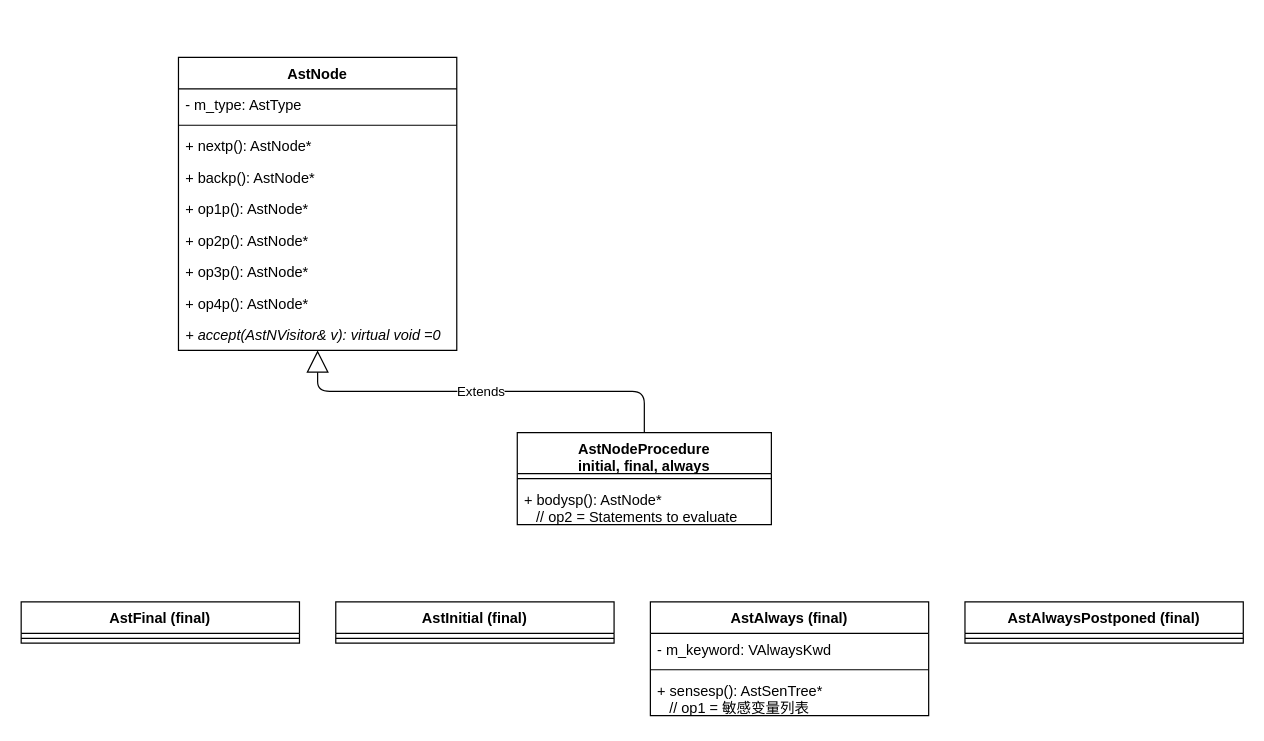
This is verilator_digrams/AstNodeProcedure.drawio from Dercury/CLDK, a draw.io file, before an edit. Source tidied: cells renumbered, new cells numbered last; positions are measured from the earlier drawing's top-left corner, leaving out a move shared by most shapes. Both pictures are drawn from the tidied source at 121%, with x=0, y=0 at pixel (21, 57).
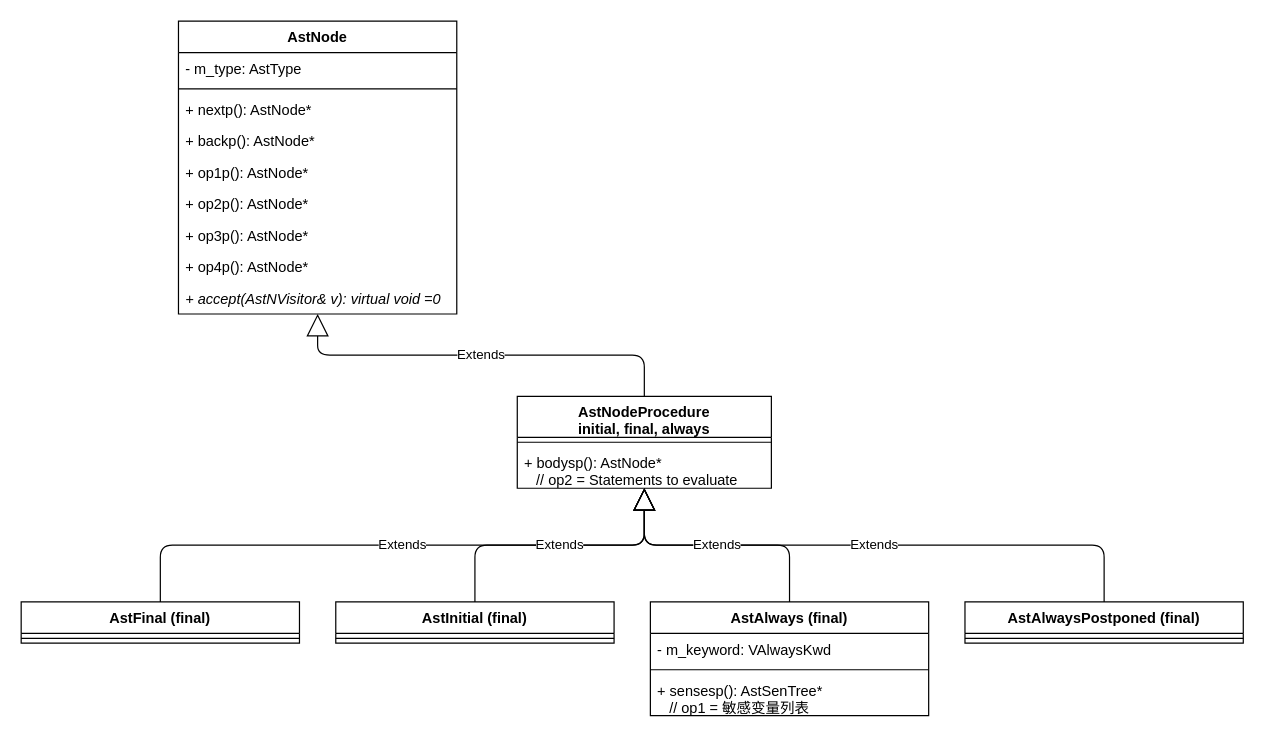
After the change.

The change refers to these unchanged cells:
```xml
<mxCell id="16" value="AstFinal (final)" style="swimlane;fontStyle=1;align=center;verticalAlign=top;horizontal=1;startSize=26;" parent="1" vertex="1">
  <mxGeometry y="450" width="230" height="34" as="geometry" />
</mxCell>
<mxCell id="18" value="AstInitial (final)" style="swimlane;fontStyle=1;align=center;verticalAlign=top;horizontal=1;startSize=26;" parent="1" vertex="1">
  <mxGeometry x="260" y="450" width="230" height="34" as="geometry" />
</mxCell>
<mxCell id="20" value="AstAlways (final)" style="swimlane;fontStyle=1;align=center;verticalAlign=top;horizontal=1;startSize=26;" parent="1" vertex="1">
  <mxGeometry x="520" y="450" width="230" height="94" as="geometry" />
</mxCell>
<mxCell id="24" value="AstAlwaysPostponed (final)" style="swimlane;fontStyle=1;align=center;verticalAlign=top;horizontal=1;startSize=26;" parent="1" vertex="1">
  <mxGeometry x="780" y="450" width="230" height="34" as="geometry" />
</mxCell>
```

What changed in the source:
```diff
@@
+    <mxCell id="26" value="Extends" style="endArrow=block;endSize=16;endFill=0;html=1;edgeStyle=orthogonalEdgeStyle;exitX=0.5;exitY=0;exitDx=0;exitDy=0;" parent="1" edge="1" source="24" target="12">
+      <mxGeometry relative="1" as="geometry" />
+    </mxCell>
     <mxCell id="2" value="AstNode" style="swimlane;fontStyle=1;align=center;verticalAlign=top;horizontal=1;startSize=26;" parent="1" vertex="1">
-      <mxGeometry x="130" width="230" height="242" as="geometry" />
+      <mxGeometry x="130" y="-30" width="230" height="242" as="geometry" />
     </mxCell>
@@
     <mxCell id="12" value="AstNodeProcedure&#10;initial, final, always" style="swimlane;fontStyle=1;align=center;verticalAlign=top;horizontal=1;startSize=34;" parent="1" vertex="1">
-      <mxGeometry x="410" y="310" width="210" height="76" as="geometry" />
+      <mxGeometry x="410" y="280" width="210" height="76" as="geometry" />
     </mxCell>
@@
+    <mxCell id="27" value="Extends" style="endArrow=block;endSize=16;endFill=0;html=1;edgeStyle=orthogonalEdgeStyle;exitX=0.5;exitY=0;exitDx=0;exitDy=0;" parent="1" edge="1" source="16" target="12">
+      <mxGeometry relative="1" as="geometry" />
+    </mxCell>
+    <mxCell id="28" value="Extends" style="endArrow=block;endSize=16;endFill=0;html=1;edgeStyle=orthogonalEdgeStyle;exitX=0.5;exitY=0;exitDx=0;exitDy=0;" parent="1" edge="1" source="18" target="12">
+      <mxGeometry relative="1" as="geometry" />
+    </mxCell>
+    <mxCell id="29" value="Extends" style="endArrow=block;endSize=16;endFill=0;html=1;edgeStyle=orthogonalEdgeStyle;" parent="1" edge="1" source="20" target="12">
+      <mxGeometry relative="1" as="geometry" />
+    </mxCell>
```
